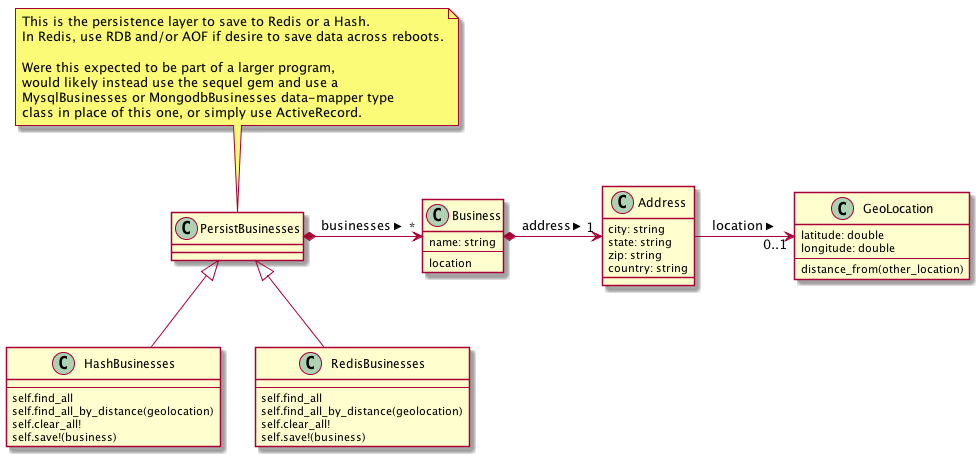
The PlantUML diagram docs/verve.png in brianmd/geo, before a commit.
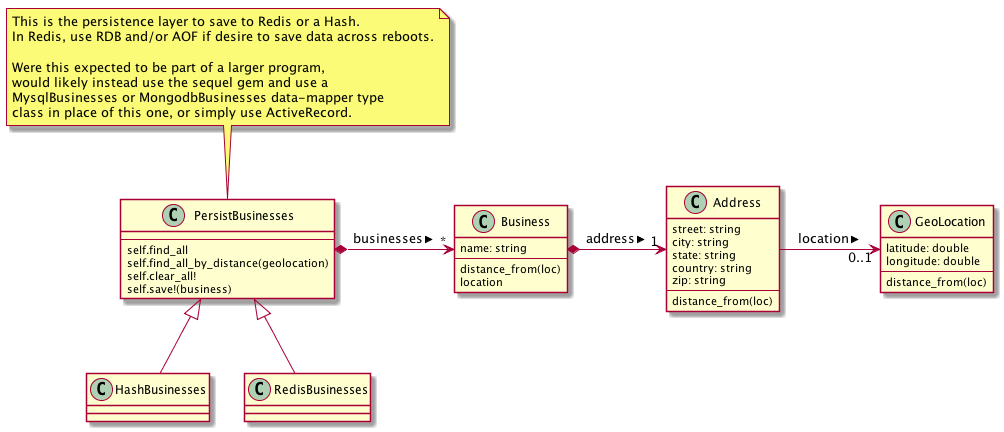
After the change.

Commit message:
Flesh out Address.

Change to the diagram source:
```diff
@@ -3,6 +3,40 @@
 PersistBusinesses *-> "*" Business : businesses >
 PersistBusinesses <|-- HashBusinesses
 PersistBusinesses <|-- RedisBusinesses
+Business   *-> "1" Address : address >
+Address     -> "0..1" GeoLocation : location >
+
+class PersistBusinesses {
+  --
+  self.find_all
+  self.find_all_by_distance(geolocation)
+  self.clear_all!
+  self.save!(business)
+}
+
+class Business {
+  name: string
+  --
+  distance_from(loc)
+  location
+}
+
+class Address {
+  street: string
+  city: string
+  state: string
+  country: string
+  zip: string
+  --
+  distance_from(loc)
+}
+
+class GeoLocation {
+  latitude: double
+  longitude: double
+  --
+  distance_from(loc)
+}
 
 note top of PersistBusinesses
 This is the persistence layer to save to Redis or a Hash.
@@ -14,43 +48,4 @@
 class in place of this one, or simply use ActiveRecord.
 end note
 
-Business   *-> "1" Address : address >
-Address     -> "0..1" GeoLocation : location >
-
-class HashBusinesses {
-  --
-  self.find_all
-  self.find_all_by_distance(geolocation)
-  self.clear_all!
-  self.save!(business)
-}
-
-class RedisBusinesses {
-  --
-  self.find_all
-  self.find_all_by_distance(geolocation)
-  self.clear_all!
-  self.save!(business)
-}
-
-class Business {
-  name: string
-  --
-  location
-}
-
-class Address {
-  city: string
-  state: string
-  zip: string
-  country: string
-}
-
-class GeoLocation {
-  latitude: double
-  longitude: double
-  --
-  distance_from(other_location)
-}
-
 @enduml
```
